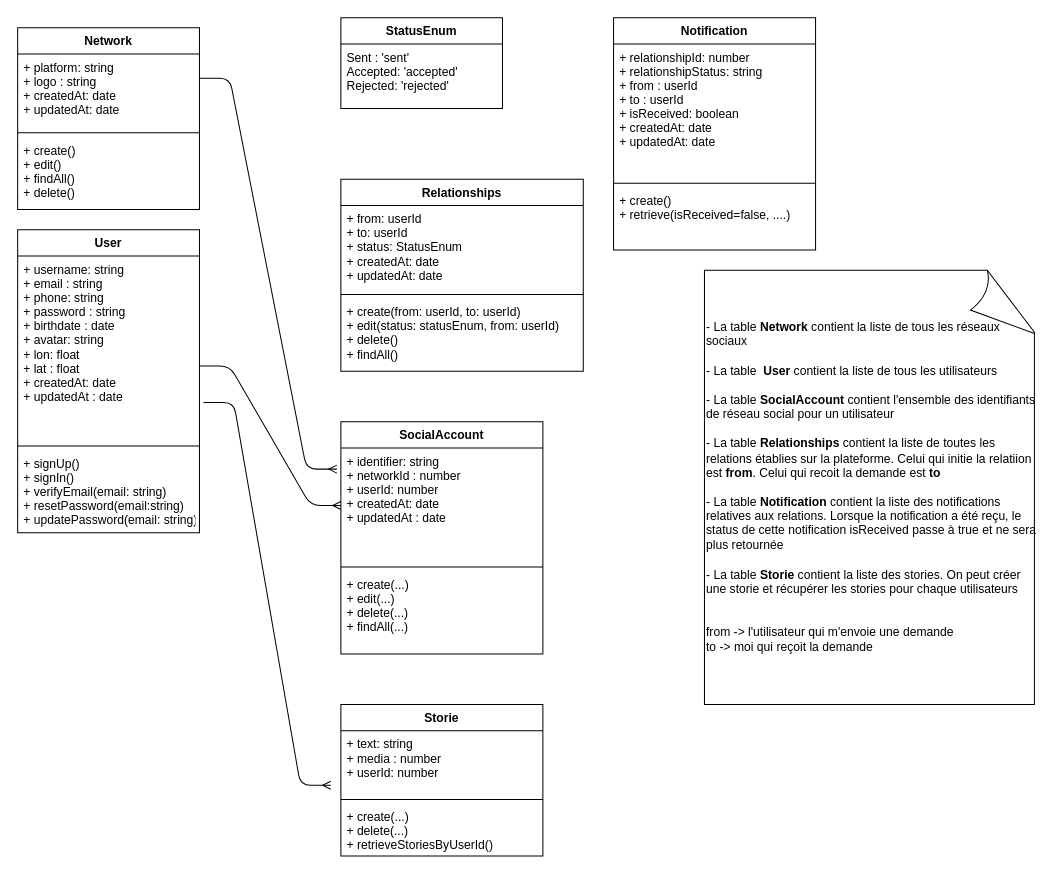
Before: eyeco.drawio in kayode-adechinan/social-api-class-diagram, a draw.io diagram. Source tidied: cells renumbered, new cells numbered last; positions are measured from the earlier drawing's top-left corner, leaving out a move shared by most shapes. Both pictures are drawn from the tidied source at 101%, with x=0, y=0 at pixel (17, 17).
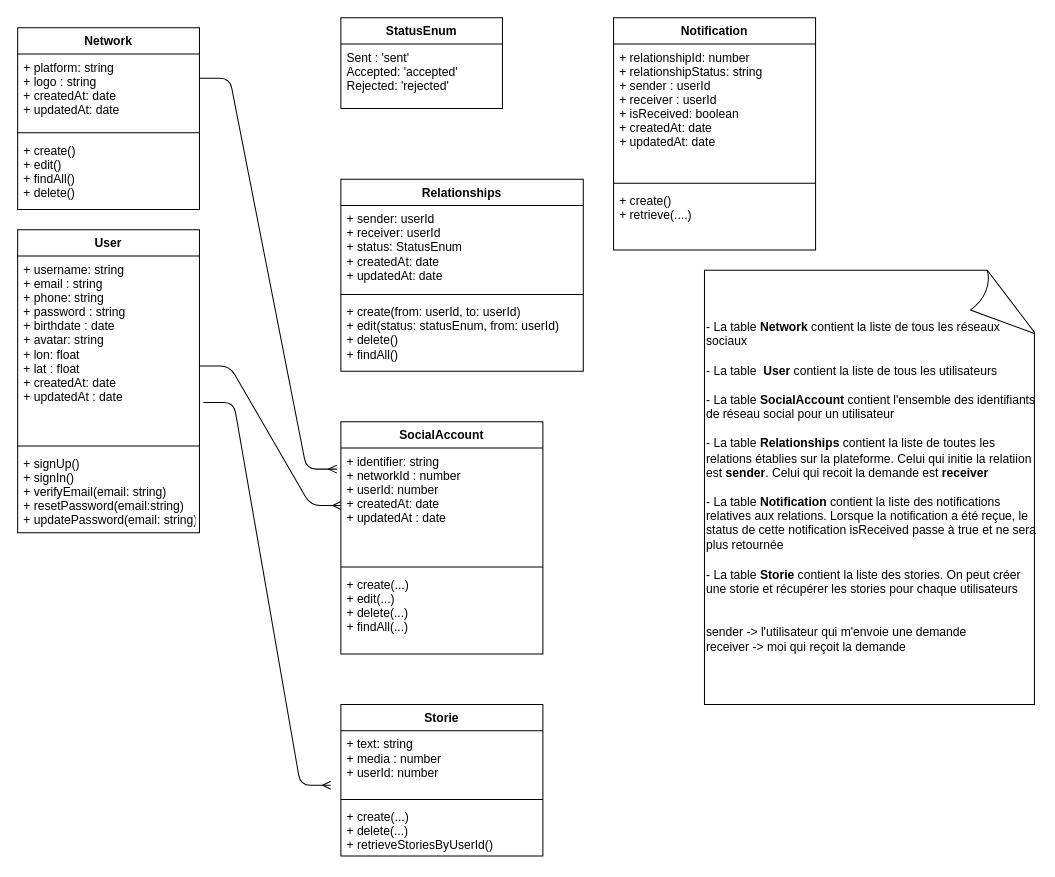
The same diagram, later.

The change refers to these unchanged cells:
```xml
<mxCell id="14" value="Relationships" style="swimlane;fontStyle=1;align=center;verticalAlign=top;horizontal=1;startSize=26;" parent="1" vertex="1">
  <mxGeometry x="320" y="160" width="240" height="190" as="geometry" />
</mxCell>
<mxCell id="18" value="Notification" style="swimlane;fontStyle=1;align=center;verticalAlign=top;horizontal=1;startSize=26;" parent="1" vertex="1">
  <mxGeometry x="590" width="200" height="230" as="geometry" />
</mxCell>
```

Diff of the diagram source:
```diff
@@
-    <mxCell id="15" value="+ from: userId&#10;+ to: userId&#10;+ status: StatusEnum&#10;+ createdAt: date&#10;+ updatedAt: date" style="text;strokeColor=none;fillColor=none;align=left;verticalAlign=top;spacingLeft=4;spacingRight=4;overflow=hidden;" parent="14" vertex="1">
+    <mxCell id="15" value="+ sender: userId&#10;+ receiver: userId&#10;+ status: StatusEnum&#10;+ createdAt: date&#10;+ updatedAt: date" style="text;strokeColor=none;fillColor=none;align=left;verticalAlign=top;spacingLeft=4;spacingRight=4;overflow=hidden;" parent="14" vertex="1">
       <mxGeometry y="26" width="240" height="84" as="geometry" />
     </mxCell>
@@
-    <mxCell id="19" value="+ relationshipId: number&#10;+ relationshipStatus: string&#10;+ from : userId&#10;+ to : userId&#10;+ isReceived: boolean&#10;+ createdAt: date&#10;+ updatedAt: date" style="text;strokeColor=none;fillColor=none;align=left;verticalAlign=top;spacingLeft=4;spacingRight=4;overflow=hidden;" parent="18" vertex="1">
+    <mxCell id="19" value="+ relationshipId: number&#10;+ relationshipStatus: string&#10;+ sender : userId&#10;+ receiver : userId&#10;+ isReceived: boolean&#10;+ createdAt: date&#10;+ updatedAt: date" style="text;strokeColor=none;fillColor=none;align=left;verticalAlign=top;spacingLeft=4;spacingRight=4;overflow=hidden;" parent="18" vertex="1">
       <mxGeometry y="26" width="200" height="134" as="geometry" />
     </mxCell>
@@
-    <mxCell id="21" value="+ create()&#10;+ retrieve(isReceived=false, ....)" style="text;strokeColor=none;fillColor=none;align=left;verticalAlign=top;spacingLeft=4;spacingRight=4;overflow=hidden;" parent="18" vertex="1">
+    <mxCell id="21" value="+ create()&#10;+ retrieve(....)" style="text;strokeColor=none;fillColor=none;align=left;verticalAlign=top;spacingLeft=4;spacingRight=4;overflow=hidden;" parent="18" vertex="1">
       <mxGeometry y="168" width="200" height="62" as="geometry" />
     </mxCell>
@@
-    <mxCell id="31" value="- La table&lt;b&gt; Network&lt;/b&gt; contient la liste de tous les réseaux sociaux&lt;br&gt;&lt;br&gt;- La table&amp;nbsp;&amp;nbsp;&lt;b&gt;User&lt;/b&gt; contient la liste de tous les utilisateurs&lt;br&gt;&lt;br&gt;- La table &lt;b&gt;SocialAccount &lt;/b&gt;contient l'ensemble des identifiants de réseau social pour un utilisateur&lt;br&gt;&lt;br&gt;- La table&lt;b&gt; Relationships&lt;/b&gt; contient la liste de toutes les relations établies sur la plateforme. Celui qui initie la relatiion est&lt;b&gt; from&lt;/b&gt;. Celui qui recoit la demande est &lt;b&gt;to&lt;/b&gt;&lt;br&gt;&lt;br&gt;- La table &lt;b&gt;Notification&lt;/b&gt; contient la liste des notifications relatives aux relations. Lorsque la notification a été reçu, le status de cette notification isReceived passe à true et ne sera plus retournée&lt;br&gt;&lt;br&gt;- La table &lt;b&gt;Storie&lt;/b&gt; contient la liste des stories. On peut créer une storie et récupérer les stories pour chaque utilisateurs&lt;br&gt;&lt;br&gt;&lt;br&gt;from -&amp;gt; l'utilisateur qui m'envoie une demande&lt;br&gt;to -&amp;gt; moi qui reçoit la demande" style="whiteSpace=wrap;html=1;shape=mxgraph.basic.document;align=left;" parent="1" vertex="1">
+    <mxCell id="31" value="- La table&lt;b&gt; Network&lt;/b&gt; contient la liste de tous les réseaux sociaux&lt;br&gt;&lt;br&gt;- La table&amp;nbsp;&amp;nbsp;&lt;b&gt;User&lt;/b&gt; contient la liste de tous les utilisateurs&lt;br&gt;&lt;br&gt;- La table &lt;b&gt;SocialAccount &lt;/b&gt;contient l'ensemble des identifiants de réseau social pour un utilisateur&lt;br&gt;&lt;br&gt;- La table&lt;b&gt; Relationships&lt;/b&gt; contient la liste de toutes les relations établies sur la plateforme. Celui qui initie la relatiion est&lt;b&gt;&amp;nbsp;sender&lt;/b&gt;. Celui qui recoit la demande est &lt;b&gt;receiver&lt;/b&gt;&lt;br&gt;&lt;br&gt;- La table &lt;b&gt;Notification&lt;/b&gt; contient la liste des notifications relatives aux relations. Lorsque la notification a été reçue, le status de cette notification isReceived passe à true et ne sera plus retournée&lt;br&gt;&lt;br&gt;- La table &lt;b&gt;Storie&lt;/b&gt; contient la liste des stories. On peut créer une storie et récupérer les stories pour chaque utilisateurs&lt;br&gt;&lt;br&gt;&lt;br&gt;sender -&amp;gt; l'utilisateur qui m'envoie une demande&lt;br&gt;receiver -&amp;gt; moi qui reçoit la demande" style="whiteSpace=wrap;html=1;shape=mxgraph.basic.document;align=left;" parent="1" vertex="1">
       <mxGeometry x="680" y="250" width="330" height="430" as="geometry" />
     </mxCell>
```
